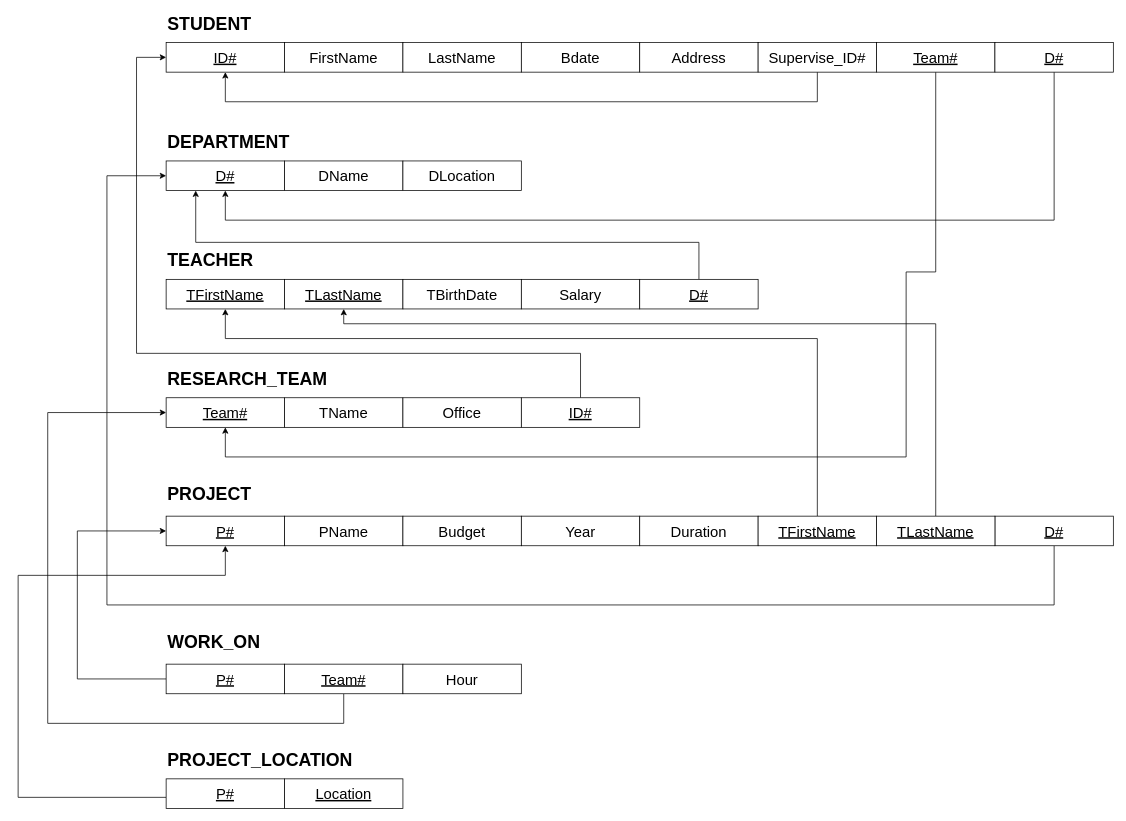
phlpat/test_repo keeps this draw.io diagram as page "Page-1" (1 of 4) of relational_database_model.drawio. Above is the earlier version. Source tidied: cells renumbered, new cells numbered last; positions are measured from the earlier drawing's top-left corner, leaving out a move shared by most shapes. Both pictures are drawn from the tidied source at 74%, with x=0, y=0 at pixel (18, 13).
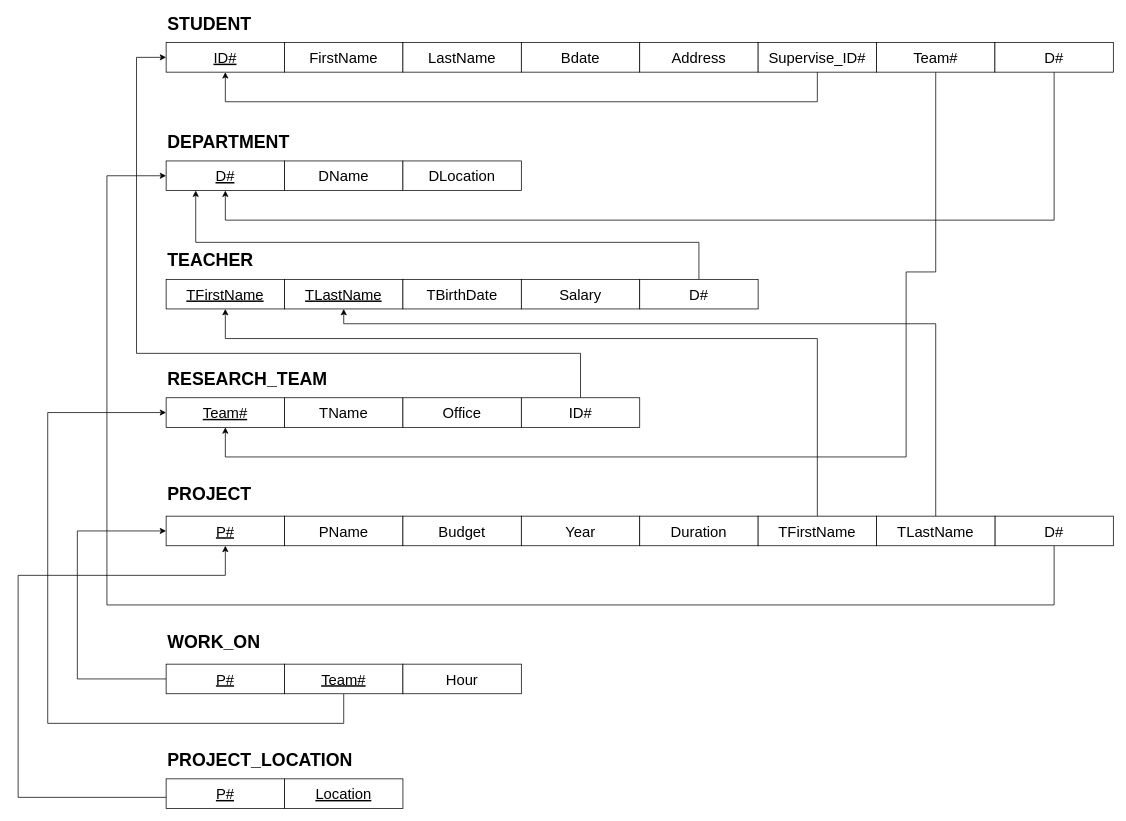
Above is the later version.

What changed in the source:
```diff
@@
-    <mxCell id="30" value="&lt;span style=&quot;font-size: 20px&quot;&gt;&lt;u&gt;Team#&lt;/u&gt;&lt;/span&gt;" style="rounded=0;whiteSpace=wrap;html=1;" parent="1" vertex="1">
+    <mxCell id="30" value="&lt;span style=&quot;font-size: 20px&quot;&gt;Team#&lt;/span&gt;" style="rounded=0;whiteSpace=wrap;html=1;" parent="1" vertex="1">
       <mxGeometry x="1160" y="40" width="160" height="40" as="geometry" />
     </mxCell>
@@
-    <mxCell id="32" value="&lt;font style=&quot;font-size: 20px&quot;&gt;&lt;u&gt;ID#&lt;/u&gt;&lt;/font&gt;" style="rounded=0;whiteSpace=wrap;html=1;" parent="1" vertex="1">
+    <mxCell id="32" value="&lt;font style=&quot;font-size: 20px&quot;&gt;ID#&lt;/font&gt;" style="rounded=0;whiteSpace=wrap;html=1;" parent="1" vertex="1">
       <mxGeometry x="680" y="520" width="160" height="40" as="geometry" />
     </mxCell>
@@
-    <mxCell id="34" value="&lt;font style=&quot;font-size: 20px&quot;&gt;&lt;u&gt;D#&lt;/u&gt;&lt;/font&gt;" style="rounded=0;whiteSpace=wrap;html=1;" parent="1" vertex="1">
+    <mxCell id="34" value="&lt;font style=&quot;font-size: 20px&quot;&gt;D#&lt;/font&gt;" style="rounded=0;whiteSpace=wrap;html=1;" parent="1" vertex="1">
       <mxGeometry x="1320" y="40" width="160" height="40" as="geometry" />
     </mxCell>
@@
-    <mxCell id="36" value="&lt;font style=&quot;font-size: 20px&quot;&gt;&lt;u&gt;D#&lt;/u&gt;&lt;/font&gt;" style="rounded=0;whiteSpace=wrap;html=1;" parent="1" vertex="1">
+    <mxCell id="36" value="&lt;font style=&quot;font-size: 20px&quot;&gt;D#&lt;/font&gt;" style="rounded=0;whiteSpace=wrap;html=1;" parent="1" vertex="1">
       <mxGeometry x="840" y="360" width="160" height="40" as="geometry" />
     </mxCell>
@@
-    <mxCell id="38" value="&lt;font style=&quot;font-size: 20px&quot;&gt;&lt;u&gt;TFirstName&lt;/u&gt;&lt;/font&gt;" style="rounded=0;whiteSpace=wrap;html=1;" parent="1" vertex="1">
+    <mxCell id="38" value="&lt;font style=&quot;font-size: 20px&quot;&gt;TFirstName&lt;/font&gt;" style="rounded=0;whiteSpace=wrap;html=1;" parent="1" vertex="1">
       <mxGeometry x="1000" y="680" width="160" height="40" as="geometry" />
     </mxCell>
@@
-    <mxCell id="40" value="&lt;font style=&quot;font-size: 20px&quot;&gt;&lt;u&gt;D#&lt;/u&gt;&lt;/font&gt;" style="rounded=0;whiteSpace=wrap;html=1;" parent="1" vertex="1">
+    <mxCell id="40" value="&lt;font style=&quot;font-size: 20px&quot;&gt;D#&lt;/font&gt;" style="rounded=0;whiteSpace=wrap;html=1;" parent="1" vertex="1">
       <mxGeometry x="1320" y="680" width="160" height="40" as="geometry" />
     </mxCell>
@@
-    <mxCell id="52" value="&lt;u style=&quot;font-size: 20px&quot;&gt;TLastName&lt;/u&gt;" style="rounded=0;whiteSpace=wrap;html=1;" parent="1" vertex="1">
+    <mxCell id="52" value="&lt;span style=&quot;font-size: 20px&quot;&gt;TLastName&lt;/span&gt;" style="rounded=0;whiteSpace=wrap;html=1;" parent="1" vertex="1">
       <mxGeometry x="1160" y="680" width="160" height="40" as="geometry" />
     </mxCell>
```
